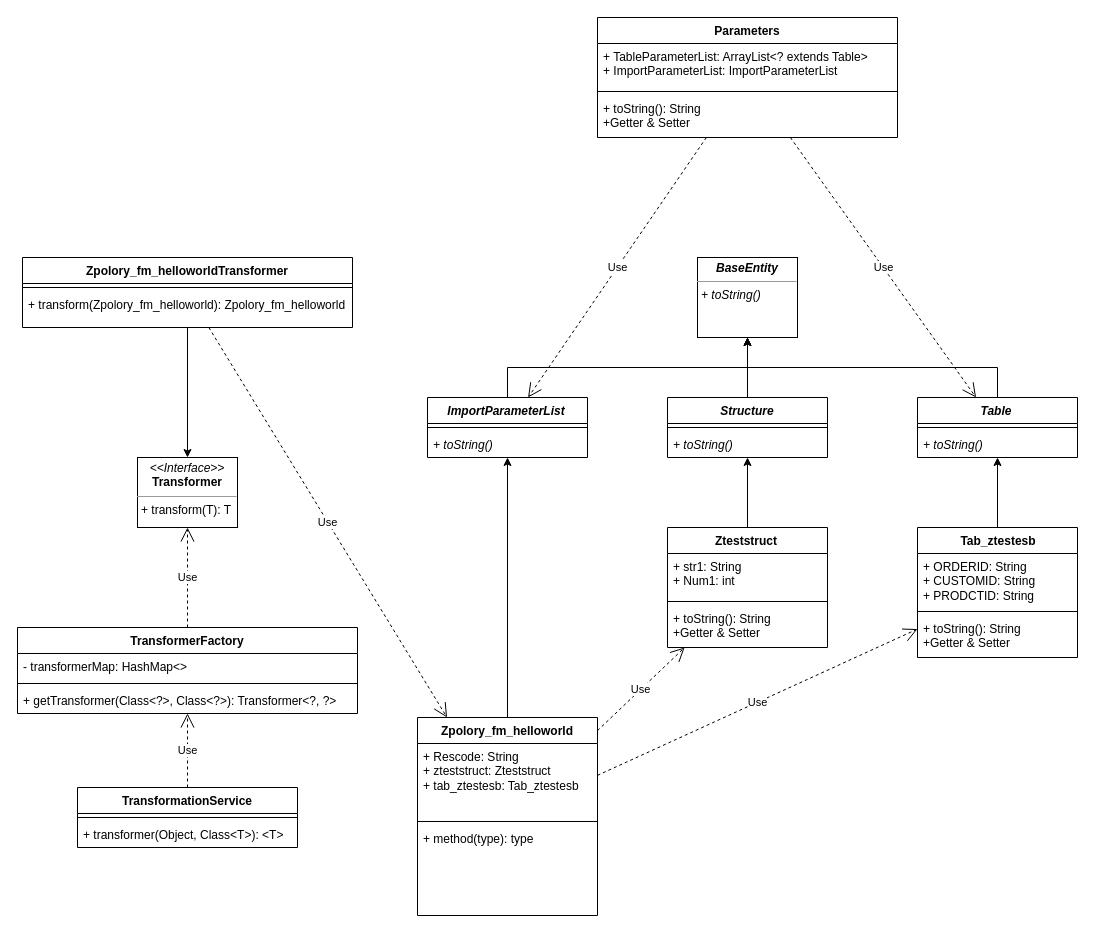
Before: Transform類圖.drawio in jaxman020/SDD, a draw.io diagram. Source tidied: cells renumbered, new cells numbered last; positions are measured from the earlier drawing's top-left corner, leaving out a move shared by most shapes. Both pictures are drawn from the tidied source at 100%, with x=0, y=0 at pixel (17, 17).
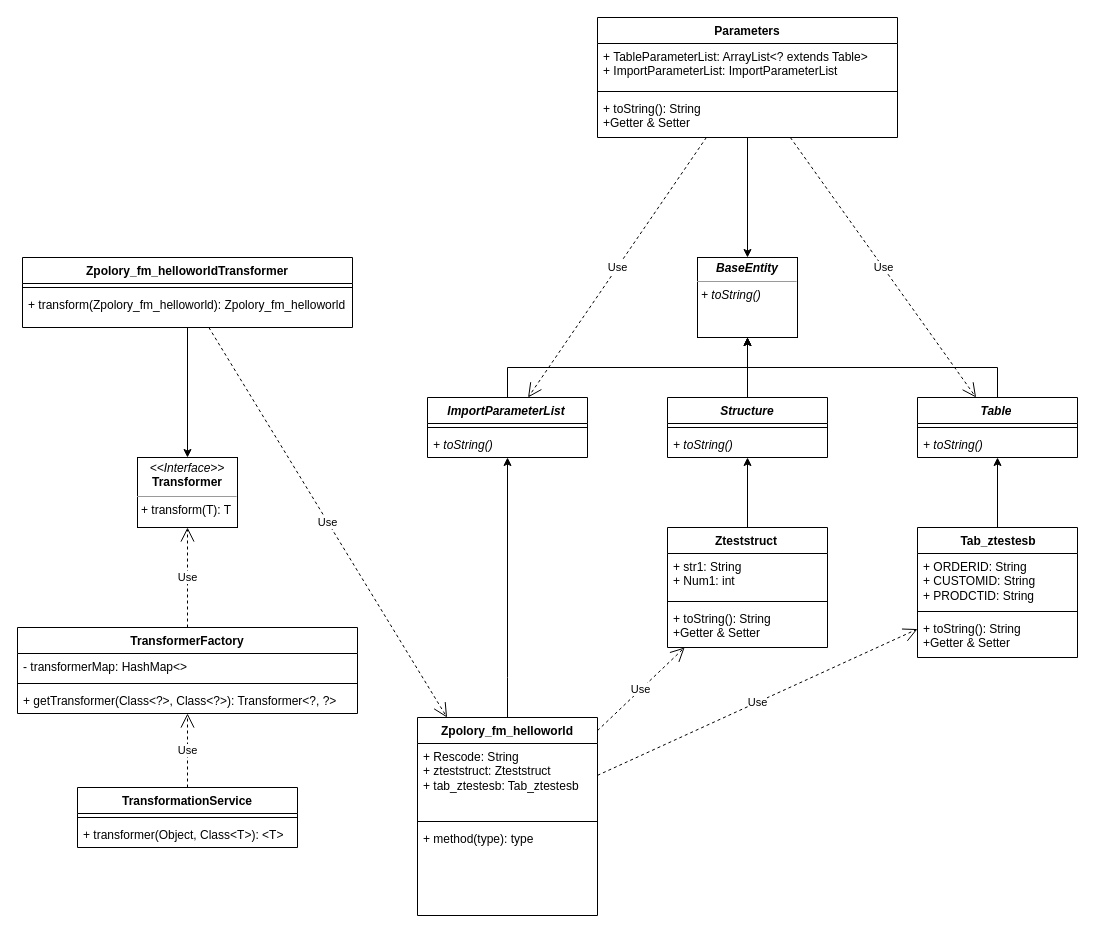
After the change.

The change refers to these unchanged cells:
```xml
<mxCell id="2" value="&lt;p style=&quot;margin:0px;margin-top:4px;text-align:center;&quot;&gt;&lt;b style=&quot;background-color: initial;&quot;&gt;&lt;i&gt;BaseEntity&lt;/i&gt;&lt;/b&gt;&lt;/p&gt;&lt;hr size=&quot;1&quot;&gt;&lt;p style=&quot;margin:0px;margin-left:4px;&quot;&gt;&lt;/p&gt;&lt;p style=&quot;margin:0px;margin-left:4px;&quot;&gt;&lt;i style=&quot;background-color: initial;&quot;&gt;+ toString()&lt;/i&gt;&lt;/p&gt;" style="verticalAlign=top;align=left;overflow=fill;fontSize=12;fontFamily=Helvetica;html=1;whiteSpace=wrap;" parent="1" vertex="1">
  <mxGeometry x="680" y="240" width="100" height="80" as="geometry" />
</mxCell>
<mxCell id="4" value="&lt;i&gt;ImportParameterList&lt;/i&gt;&lt;span style=&quot;background-color:#ffffff;padding:0px 0px 0px 2px;&quot;&gt;&lt;/span&gt;" style="swimlane;fontStyle=1;align=center;verticalAlign=top;horizontal=1;startSize=26;whiteSpace=wrap;html=1;" parent="1" vertex="1">
  <mxGeometry x="410" y="380" width="160" height="60" as="geometry" />
</mxCell>
<mxCell id="12" value="Zpolory_fm_helloworld" style="swimlane;fontStyle=1;align=center;verticalAlign=top;horizontal=1;startSize=26;whiteSpace=wrap;html=1;" parent="1" vertex="1">
  <mxGeometry x="400" y="700" width="180" height="198" as="geometry" />
</mxCell>
<mxCell id="32" value="Parameters" style="swimlane;fontStyle=1;align=center;verticalAlign=top;horizontal=1;startSize=26;whiteSpace=wrap;html=1;" parent="1" vertex="1">
  <mxGeometry x="580" width="300" height="120" as="geometry" />
</mxCell>
```

Change to the diagram source:
```diff
@@
     <mxCell id="11" style="edgeStyle=orthogonalEdgeStyle;rounded=0;jettySize=auto;html=1;" parent="1" edge="1" source="12" target="4">
-      <mxGeometry relative="1" as="geometry" />
+      <mxGeometry relative="1" as="geometry">
+        <Array as="points">
+          <mxPoint x="490" y="660" />
+          <mxPoint x="490" y="660" />
+        </Array>
+      </mxGeometry>
     </mxCell>
@@
+    <mxCell id="53" style="edgeStyle=orthogonalEdgeStyle;rounded=0;jettySize=auto;html=1;" parent="1" edge="1" source="32" target="2">
+      <mxGeometry relative="1" as="geometry" />
+    </mxCell>
```
